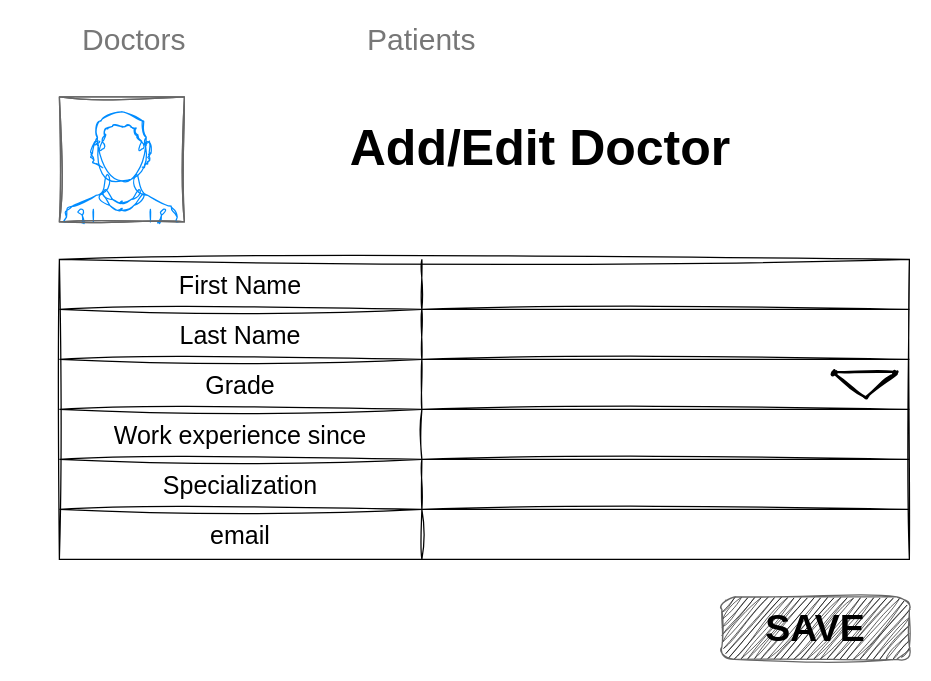
DmytroY/EPAM_Flask keeps this draw.io diagram as page "Add-Edit Doctor" (3 of 6) of documentation/micropeutist drawio.drawio. Above is the earlier version. Source tidied: cells renumbered, new cells numbered last; positions are measured from the earlier drawing's top-left corner, leaving out a move shared by most shapes. Both pictures are drawn from the tidied source at 125%, with x=0, y=0 at pixel (21, 21).
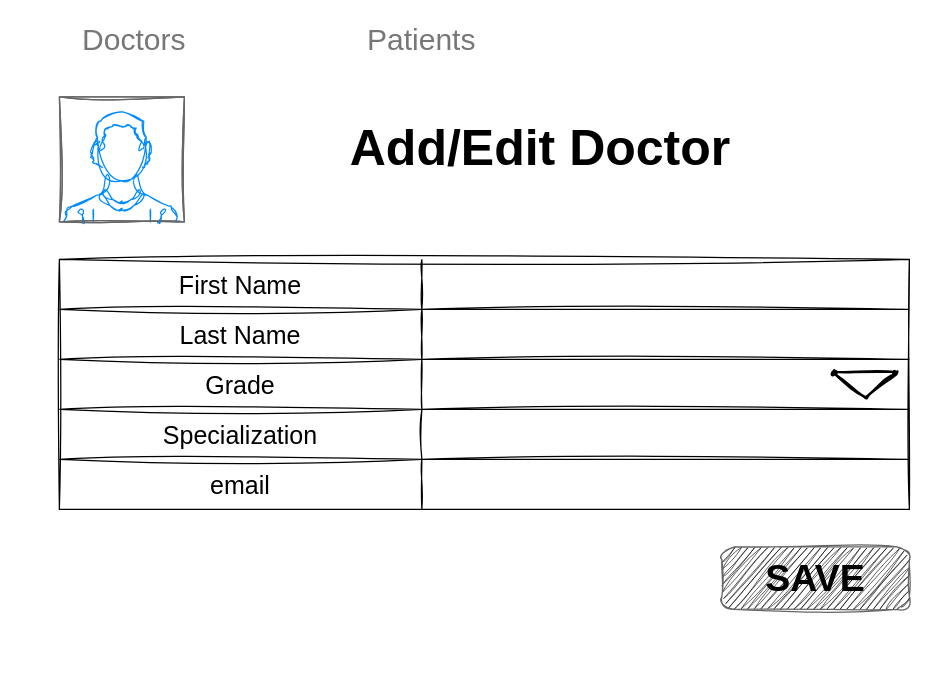
Above is the later version.

Change to the diagram source:
```diff
@@
     <mxCell id="4" style="shape=table;startSize=0;childLayout=tableLayout;rounded=0;shadow=0;labelBorderColor=none;sketch=1;hachureGap=4;jiggle=2;curveFitting=1;fontFamily=Helvetica;fontSize=20;fontColor=#000000;html=0;" parent="1" vertex="1">
-      <mxGeometry x="30" y="190" width="680" height="240" as="geometry" />
+      <mxGeometry x="30" y="190" width="680" height="200" as="geometry" />
     </mxCell>
@@
-    <mxCell id="14" style="shape=tableRow;horizontal=0;startSize=0;swimlaneHead=0;swimlaneBody=0;strokeColor=inherit;top=0;left=0;bottom=0;right=0;fillColor=none;rounded=0;shadow=0;labelBorderColor=none;sketch=1;hachureGap=4;jiggle=2;curveFitting=1;fontFamily=Helvetica;fontSize=20;fontColor=#000000;html=0;" parent="4" vertex="1">
-      <mxGeometry y="120" width="680" height="40" as="geometry" />
-    </mxCell>
-    <mxCell id="15" value="Work experience since" style="shape=partialRectangle;html=1;whiteSpace=wrap;strokeColor=inherit;overflow=hidden;fillColor=none;top=0;left=0;bottom=0;right=0;rounded=0;shadow=0;labelBorderColor=none;sketch=1;hachureGap=4;jiggle=2;curveFitting=1;fontFamily=Helvetica;fontSize=20;fontColor=#000000;" parent="14" vertex="1">
-      <mxGeometry width="290" height="40" as="geometry" />
-    </mxCell>
-    <mxCell id="16" style="shape=partialRectangle;html=1;whiteSpace=wrap;strokeColor=inherit;overflow=hidden;fillColor=none;top=0;left=0;bottom=0;right=0;rounded=0;shadow=0;labelBorderColor=none;sketch=1;hachureGap=4;jiggle=2;curveFitting=1;fontFamily=Helvetica;fontSize=20;fontColor=#000000;" parent="14" vertex="1">
-      <mxGeometry x="290" width="390" height="40" as="geometry" />
-    </mxCell>
     <mxCell id="17" style="shape=tableRow;horizontal=0;startSize=0;swimlaneHead=0;swimlaneBody=0;strokeColor=inherit;top=0;left=0;bottom=0;right=0;fillColor=none;rounded=0;shadow=0;labelBorderColor=none;sketch=1;hachureGap=4;jiggle=2;curveFitting=1;fontFamily=Helvetica;fontSize=20;fontColor=#000000;html=0;" parent="4" vertex="1">
-      <mxGeometry y="160" width="680" height="40" as="geometry" />
+      <mxGeometry y="120" width="680" height="40" as="geometry" />
     </mxCell>
@@
     <mxCell id="20" style="shape=tableRow;horizontal=0;startSize=0;swimlaneHead=0;swimlaneBody=0;strokeColor=inherit;top=0;left=0;bottom=0;right=0;fillColor=none;rounded=0;shadow=0;labelBorderColor=none;sketch=1;hachureGap=4;jiggle=2;curveFitting=1;fontFamily=Helvetica;fontSize=20;fontColor=#000000;html=0;" parent="4" vertex="1">
-      <mxGeometry y="200" width="680" height="40" as="geometry" />
+      <mxGeometry y="160" width="680" height="40" as="geometry" />
     </mxCell>
@@
     <mxCell id="24" value="SAVE" style="strokeWidth=1;shadow=0;dashed=0;align=center;html=1;shape=mxgraph.mockup.buttons.button;strokeColor=#666666;fontColor=default;mainText=;buttonStyle=round;fontSize=30;fontStyle=1;fillColor=#000000;whiteSpace=wrap;rounded=0;labelBackgroundColor=none;labelBorderColor=none;sketch=1;hachureGap=4;jiggle=2;curveFitting=1;fontFamily=Helvetica;fillStyle=hachure;" parent="1" vertex="1">
-      <mxGeometry x="560" y="460" width="150" height="50" as="geometry" />
+      <mxGeometry x="560" y="420" width="150" height="50" as="geometry" />
     </mxCell>
```
